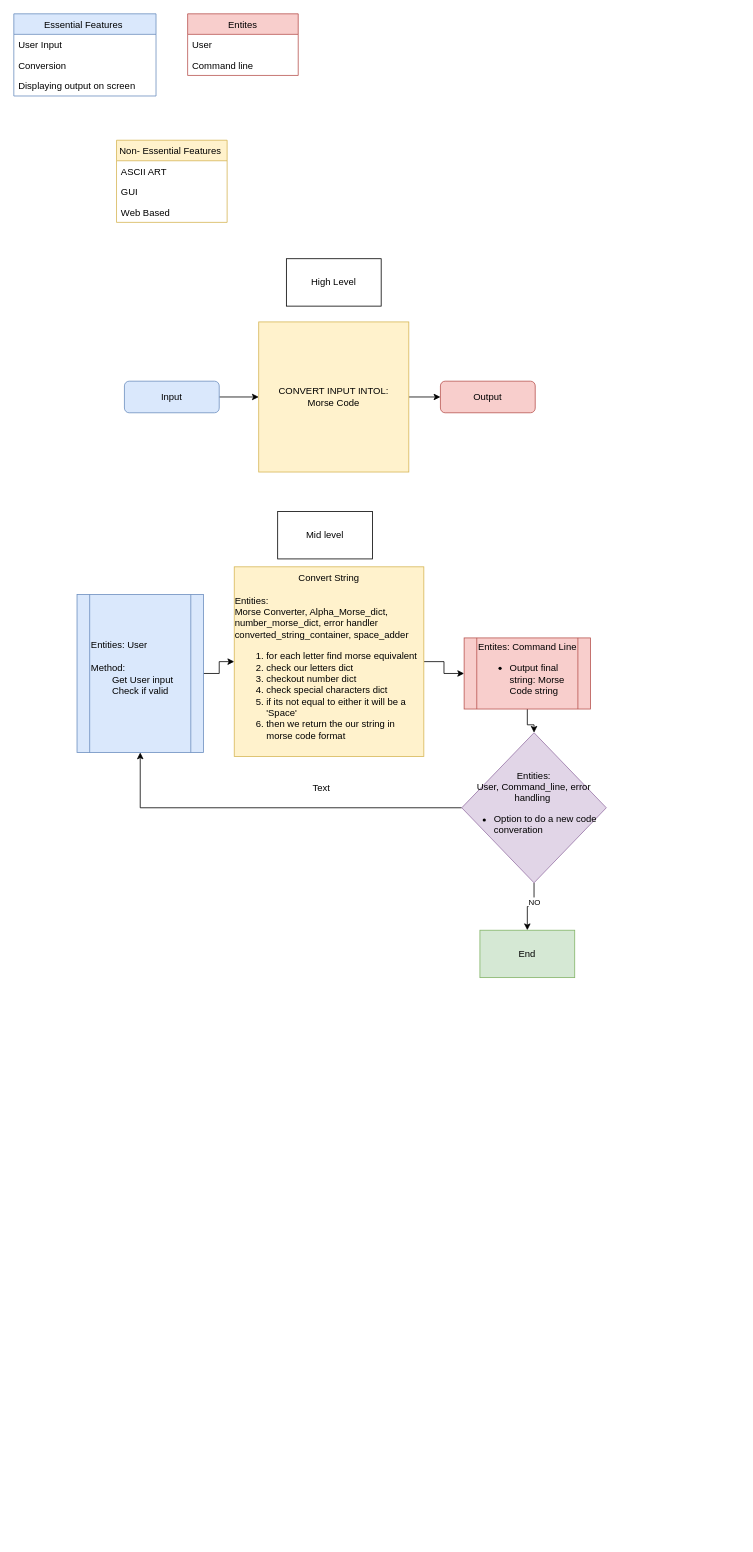
AJenkinsSolutions/morse_code_converter keeps this draw.io diagram as flow_diagram.drawio. Above is the earlier version. Source tidied: cells renumbered, new cells numbered last; positions are measured from the earlier drawing's top-left corner, leaving out a move shared by most shapes. Both pictures are drawn from the tidied source at 79%, with x=0, y=0 at pixel (13, 13).
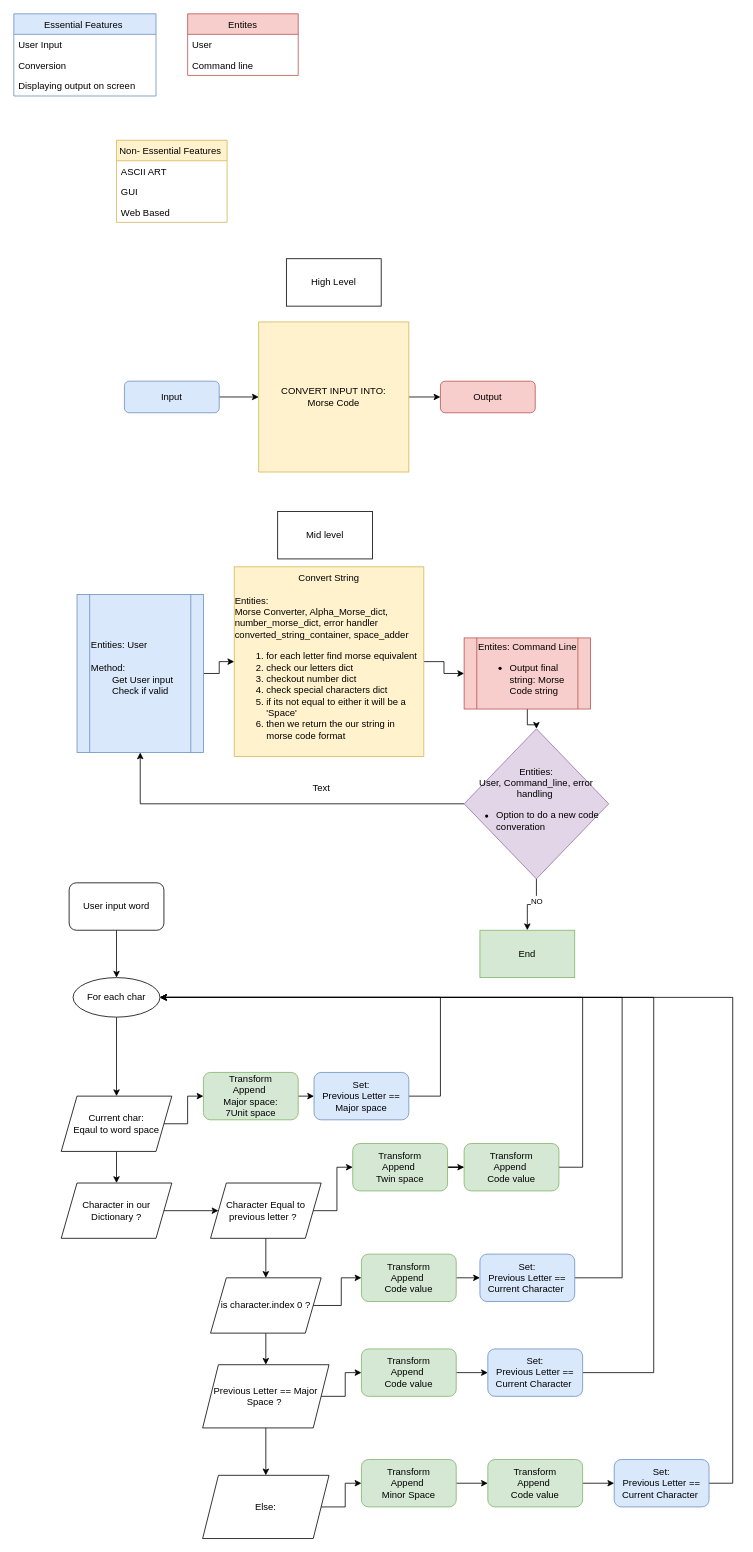
After the change.

Commit message (it also covers changes not shown here):
Add basic string encoder, Add flow chart encoder logic

The edit, as a diff of the source:
```diff
@@
-    <mxCell id="5" value="CONVERT INPUT INTOL:&lt;br&gt;Morse Code" style="whiteSpace=wrap;html=1;fillColor=#fff2cc;strokeColor=#d6b656;" parent="1" vertex="1">
+    <mxCell id="5" value="CONVERT INPUT INTO:&lt;br&gt;Morse Code" style="whiteSpace=wrap;html=1;fillColor=#fff2cc;strokeColor=#d6b656;" parent="1" vertex="1">
       <mxGeometry x="310" y="390" width="190" height="190" as="geometry" />
     </mxCell>
@@
     <mxCell id="31" value="Entities:&lt;br&gt;User, Command_line, error handling&amp;nbsp;&lt;br&gt;&lt;ul style=&quot;text-align: left&quot;&gt;&lt;li&gt;Option to do a new code converation&amp;nbsp;&lt;/li&gt;&lt;/ul&gt;" style="rhombus;whiteSpace=wrap;html=1;fillColor=#e1d5e7;strokeColor=#9673a6;" parent="1" vertex="1">
-      <mxGeometry x="567" y="910" width="183" height="190" as="geometry" />
+      <mxGeometry x="570" y="905" width="183" height="190" as="geometry" />
     </mxCell>
+    <mxCell id="32" style="edgeStyle=orthogonalEdgeStyle;rounded=0;jettySize=auto;html=1;exitX=1;exitY=0.5;exitDx=0;exitDy=0;entryX=0;entryY=0.5;entryDx=0;entryDy=0;" parent="1" edge="1" source="33" target="35">
+      <mxGeometry relative="1" as="geometry" />
+    </mxCell>
+    <mxCell id="33" value="Transform&lt;br&gt;Append&amp;nbsp;&lt;br&gt;Major space: &lt;br&gt;7Unit space" style="rounded=1;whiteSpace=wrap;html=1;fillColor=#d5e8d4;strokeColor=#82b366;" parent="1" vertex="1">
+      <mxGeometry x="240" y="1340" width="120" height="60" as="geometry" />
+    </mxCell>
+    <mxCell id="34" style="edgeStyle=orthogonalEdgeStyle;rounded=0;jettySize=auto;html=1;entryX=1;entryY=0.5;entryDx=0;entryDy=0;" parent="1" edge="1" source="35" target="71">
+      <mxGeometry relative="1" as="geometry">
+        <Array as="points">
+          <mxPoint x="540" y="1370" />
+          <mxPoint x="540" y="1245" />
+        </Array>
+      </mxGeometry>
+    </mxCell>
+    <mxCell id="35" value="Set:&lt;br&gt;Previous Letter == Major space" style="rounded=1;whiteSpace=wrap;html=1;fillColor=#dae8fc;strokeColor=#6c8ebf;" parent="1" vertex="1">
+      <mxGeometry x="380" y="1340" width="120" height="60" as="geometry" />
+    </mxCell>
+    <mxCell id="36" style="edgeStyle=orthogonalEdgeStyle;rounded=0;jettySize=auto;html=1;exitX=1;exitY=0.5;exitDx=0;exitDy=0;entryX=0;entryY=0.5;entryDx=0;entryDy=0;" parent="1" edge="1" source="38" target="33">
+      <mxGeometry relative="1" as="geometry" />
+    </mxCell>
+    <mxCell id="37" style="edgeStyle=orthogonalEdgeStyle;rounded=0;jettySize=auto;html=1;exitX=0.5;exitY=1;exitDx=0;exitDy=0;" parent="1" edge="1" source="38" target="40">
+      <mxGeometry relative="1" as="geometry" />
+    </mxCell>
+    <mxCell id="38" value="Current char:&lt;br&gt;Eqaul to word space" style="shape=parallelogram;perimeter=parallelogramPerimeter;whiteSpace=wrap;html=1;fixedSize=1;" parent="1" vertex="1">
+      <mxGeometry x="60" y="1370" width="140" height="70" as="geometry" />
+    </mxCell>
+    <mxCell id="39" style="edgeStyle=orthogonalEdgeStyle;rounded=0;jettySize=auto;html=1;entryX=0;entryY=0.5;entryDx=0;entryDy=0;" parent="1" edge="1" source="40" target="43">
+      <mxGeometry relative="1" as="geometry" />
+    </mxCell>
+    <mxCell id="40" value="Character in our Dictionary ?" style="shape=parallelogram;perimeter=parallelogramPerimeter;whiteSpace=wrap;html=1;fixedSize=1;" parent="1" vertex="1">
+      <mxGeometry x="60" y="1480" width="140" height="70" as="geometry" />
+    </mxCell>
+    <mxCell id="41" style="edgeStyle=orthogonalEdgeStyle;rounded=0;jettySize=auto;html=1;exitX=1;exitY=0.5;exitDx=0;exitDy=0;entryX=0;entryY=0.5;entryDx=0;entryDy=0;" parent="1" edge="1" source="43" target="45">
+      <mxGeometry relative="1" as="geometry" />
+    </mxCell>
+    <mxCell id="42" style="edgeStyle=orthogonalEdgeStyle;rounded=0;jettySize=auto;html=1;" parent="1" edge="1" source="43" target="50">
+      <mxGeometry relative="1" as="geometry" />
+    </mxCell>
+    <mxCell id="43" value="Character Equal to previous letter ?&amp;nbsp;&amp;nbsp;" style="shape=parallelogram;perimeter=parallelogramPerimeter;whiteSpace=wrap;html=1;fixedSize=1;" parent="1" vertex="1">
+      <mxGeometry x="249" y="1480" width="140" height="70" as="geometry" />
+    </mxCell>
+    <mxCell id="44" style="edgeStyle=orthogonalEdgeStyle;rounded=0;jettySize=auto;html=1;" parent="1" edge="1" source="45" target="47">
+      <mxGeometry relative="1" as="geometry" />
+    </mxCell>
+    <mxCell id="45" value="Transform&lt;br&gt;Append&amp;nbsp;&lt;br&gt;Twin space" style="rounded=1;whiteSpace=wrap;html=1;fillColor=#d5e8d4;strokeColor=#82b366;" parent="1" vertex="1">
+      <mxGeometry x="429" y="1430" width="120" height="60" as="geometry" />
+    </mxCell>
+    <mxCell id="46" style="edgeStyle=orthogonalEdgeStyle;rounded=0;jettySize=auto;html=1;entryX=1;entryY=0.5;entryDx=0;entryDy=0;" parent="1" edge="1" source="47" target="71">
+      <mxGeometry relative="1" as="geometry">
+        <Array as="points">
+          <mxPoint x="720" y="1460" />
+          <mxPoint x="720" y="1245" />
+        </Array>
+      </mxGeometry>
+    </mxCell>
+    <mxCell id="47" value="Transform&lt;br&gt;Append&amp;nbsp;&lt;br&gt;Code value" style="rounded=1;whiteSpace=wrap;html=1;fillColor=#d5e8d4;strokeColor=#82b366;" parent="1" vertex="1">
+      <mxGeometry x="570" y="1430" width="120" height="60" as="geometry" />
+    </mxCell>
+    <mxCell id="48" style="edgeStyle=orthogonalEdgeStyle;rounded=0;jettySize=auto;html=1;entryX=0;entryY=0.5;entryDx=0;entryDy=0;" parent="1" edge="1" source="50" target="52">
+      <mxGeometry relative="1" as="geometry" />
+    </mxCell>
+    <mxCell id="49" style="edgeStyle=orthogonalEdgeStyle;rounded=0;jettySize=auto;html=1;" parent="1" edge="1" source="50" target="57">
+      <mxGeometry relative="1" as="geometry" />
+    </mxCell>
+    <mxCell id="50" value="is character.index 0 ?" style="shape=parallelogram;perimeter=parallelogramPerimeter;whiteSpace=wrap;html=1;fixedSize=1;" parent="1" vertex="1">
+      <mxGeometry x="249" y="1600" width="140" height="70" as="geometry" />
+    </mxCell>
+    <mxCell id="51" style="edgeStyle=orthogonalEdgeStyle;rounded=0;jettySize=auto;html=1;exitX=1;exitY=0.5;exitDx=0;exitDy=0;entryX=0;entryY=0.5;entryDx=0;entryDy=0;" parent="1" edge="1" source="52" target="54">
+      <mxGeometry relative="1" as="geometry" />
+    </mxCell>
+    <mxCell id="52" value="Transform&lt;br&gt;Append&amp;nbsp;&lt;br&gt;Code value" style="rounded=1;whiteSpace=wrap;html=1;fillColor=#d5e8d4;strokeColor=#82b366;" parent="1" vertex="1">
+      <mxGeometry x="440" y="1570" width="120" height="60" as="geometry" />
+    </mxCell>
+    <mxCell id="53" style="edgeStyle=orthogonalEdgeStyle;rounded=0;jettySize=auto;html=1;entryX=1;entryY=0.5;entryDx=0;entryDy=0;" parent="1" edge="1" source="54" target="71">
+      <mxGeometry relative="1" as="geometry">
+        <Array as="points">
+          <mxPoint x="770" y="1600" />
+          <mxPoint x="770" y="1245" />
+        </Array>
+      </mxGeometry>
+    </mxCell>
+    <mxCell id="54" value="Set:&lt;br&gt;Previous Letter == Current Character&amp;nbsp;" style="rounded=1;whiteSpace=wrap;html=1;fillColor=#dae8fc;strokeColor=#6c8ebf;" parent="1" vertex="1">
+      <mxGeometry x="590" y="1570" width="120" height="60" as="geometry" />
+    </mxCell>
+    <mxCell id="55" style="edgeStyle=orthogonalEdgeStyle;rounded=0;jettySize=auto;html=1;" parent="1" edge="1" source="57" target="59">
+      <mxGeometry relative="1" as="geometry" />
+    </mxCell>
+    <mxCell id="56" style="edgeStyle=orthogonalEdgeStyle;rounded=0;jettySize=auto;html=1;" parent="1" edge="1" source="57" target="63">
+      <mxGeometry relative="1" as="geometry" />
+    </mxCell>
+    <mxCell id="57" value="Previous Letter == Major Space ?&amp;nbsp;" style="shape=parallelogram;perimeter=parallelogramPerimeter;whiteSpace=wrap;html=1;fixedSize=1;" parent="1" vertex="1">
+      <mxGeometry x="239" y="1710" width="160" height="80" as="geometry" />
+    </mxCell>
+    <mxCell id="58" style="edgeStyle=orthogonalEdgeStyle;rounded=0;jettySize=auto;html=1;" parent="1" edge="1" source="59" target="61">
+      <mxGeometry relative="1" as="geometry" />
+    </mxCell>
+    <mxCell id="59" value="Transform&lt;br&gt;Append&amp;nbsp;&lt;br&gt;Code value" style="rounded=1;whiteSpace=wrap;html=1;fillColor=#d5e8d4;strokeColor=#82b366;" parent="1" vertex="1">
+      <mxGeometry x="440" y="1690" width="120" height="60" as="geometry" />
+    </mxCell>
+    <mxCell id="60" style="edgeStyle=orthogonalEdgeStyle;rounded=0;jettySize=auto;html=1;entryX=1;entryY=0.5;entryDx=0;entryDy=0;" parent="1" edge="1" source="61" target="71">
+      <mxGeometry relative="1" as="geometry">
+        <Array as="points">
+          <mxPoint x="810" y="1720" />
+          <mxPoint x="810" y="1245" />
+        </Array>
+      </mxGeometry>
+    </mxCell>
+    <mxCell id="61" value="Set:&lt;br&gt;Previous Letter == Current Character&amp;nbsp;" style="rounded=1;whiteSpace=wrap;html=1;fillColor=#dae8fc;strokeColor=#6c8ebf;" parent="1" vertex="1">
+      <mxGeometry x="600" y="1690" width="120" height="60" as="geometry" />
+    </mxCell>
+    <mxCell id="62" style="edgeStyle=orthogonalEdgeStyle;rounded=0;jettySize=auto;html=1;entryX=0;entryY=0.5;entryDx=0;entryDy=0;" parent="1" edge="1" source="63" target="65">
+      <mxGeometry relative="1" as="geometry" />
+    </mxCell>
+    <mxCell id="63" value="Else:" style="shape=parallelogram;perimeter=parallelogramPerimeter;whiteSpace=wrap;html=1;fixedSize=1;" parent="1" vertex="1">
+      <mxGeometry x="239" y="1850" width="160" height="80" as="geometry" />
+    </mxCell>
+    <mxCell id="64" style="edgeStyle=orthogonalEdgeStyle;rounded=0;jettySize=auto;html=1;entryX=0;entryY=0.5;entryDx=0;entryDy=0;" parent="1" edge="1" source="65" target="67">
+      <mxGeometry relative="1" as="geometry" />
+    </mxCell>
+    <mxCell id="65" value="Transform&lt;br&gt;Append&amp;nbsp;&lt;br&gt;Minor Space" style="rounded=1;whiteSpace=wrap;html=1;fillColor=#d5e8d4;strokeColor=#82b366;" parent="1" vertex="1">
+      <mxGeometry x="440" y="1830" width="120" height="60" as="geometry" />
+    </mxCell>
+    <mxCell id="66" style="edgeStyle=orthogonalEdgeStyle;rounded=0;jettySize=auto;html=1;" parent="1" edge="1" source="67" target="69">
+      <mxGeometry relative="1" as="geometry" />
+    </mxCell>
+    <mxCell id="67" value="Transform&lt;br&gt;Append&amp;nbsp;&lt;br&gt;Code value" style="rounded=1;whiteSpace=wrap;html=1;fillColor=#d5e8d4;strokeColor=#82b366;" parent="1" vertex="1">
+      <mxGeometry x="600" y="1830" width="120" height="60" as="geometry" />
+    </mxCell>
+    <mxCell id="68" style="edgeStyle=orthogonalEdgeStyle;rounded=0;jettySize=auto;html=1;entryX=1;entryY=0.5;entryDx=0;entryDy=0;" parent="1" edge="1" source="69" target="71">
+      <mxGeometry relative="1" as="geometry">
+        <Array as="points">
+          <mxPoint x="910" y="1860" />
+          <mxPoint x="910" y="1245" />
+        </Array>
+      </mxGeometry>
+    </mxCell>
+    <mxCell id="69" value="Set:&lt;br&gt;Previous Letter == Current Character&amp;nbsp;" style="rounded=1;whiteSpace=wrap;html=1;fillColor=#dae8fc;strokeColor=#6c8ebf;" parent="1" vertex="1">
+      <mxGeometry x="760" y="1830" width="120" height="60" as="geometry" />
+    </mxCell>
+    <mxCell id="70" style="edgeStyle=orthogonalEdgeStyle;rounded=0;jettySize=auto;html=1;exitX=0.5;exitY=1;exitDx=0;exitDy=0;entryX=0.5;entryY=0;entryDx=0;entryDy=0;" parent="1" edge="1" source="71" target="38">
+      <mxGeometry relative="1" as="geometry" />
+    </mxCell>
+    <mxCell id="71" value="For each char" style="ellipse;whiteSpace=wrap;html=1;" parent="1" vertex="1">
+      <mxGeometry x="75" y="1220" width="110" height="50" as="geometry" />
+    </mxCell>
+    <mxCell id="72" style="edgeStyle=orthogonalEdgeStyle;rounded=0;jettySize=auto;html=1;" parent="1" edge="1" source="73" target="71">
+      <mxGeometry relative="1" as="geometry" />
+    </mxCell>
+    <mxCell id="73" value="User input word" style="rounded=1;whiteSpace=wrap;html=1;" parent="1" vertex="1">
+      <mxGeometry x="70" y="1100" width="120" height="60" as="geometry" />
+    </mxCell>
```
